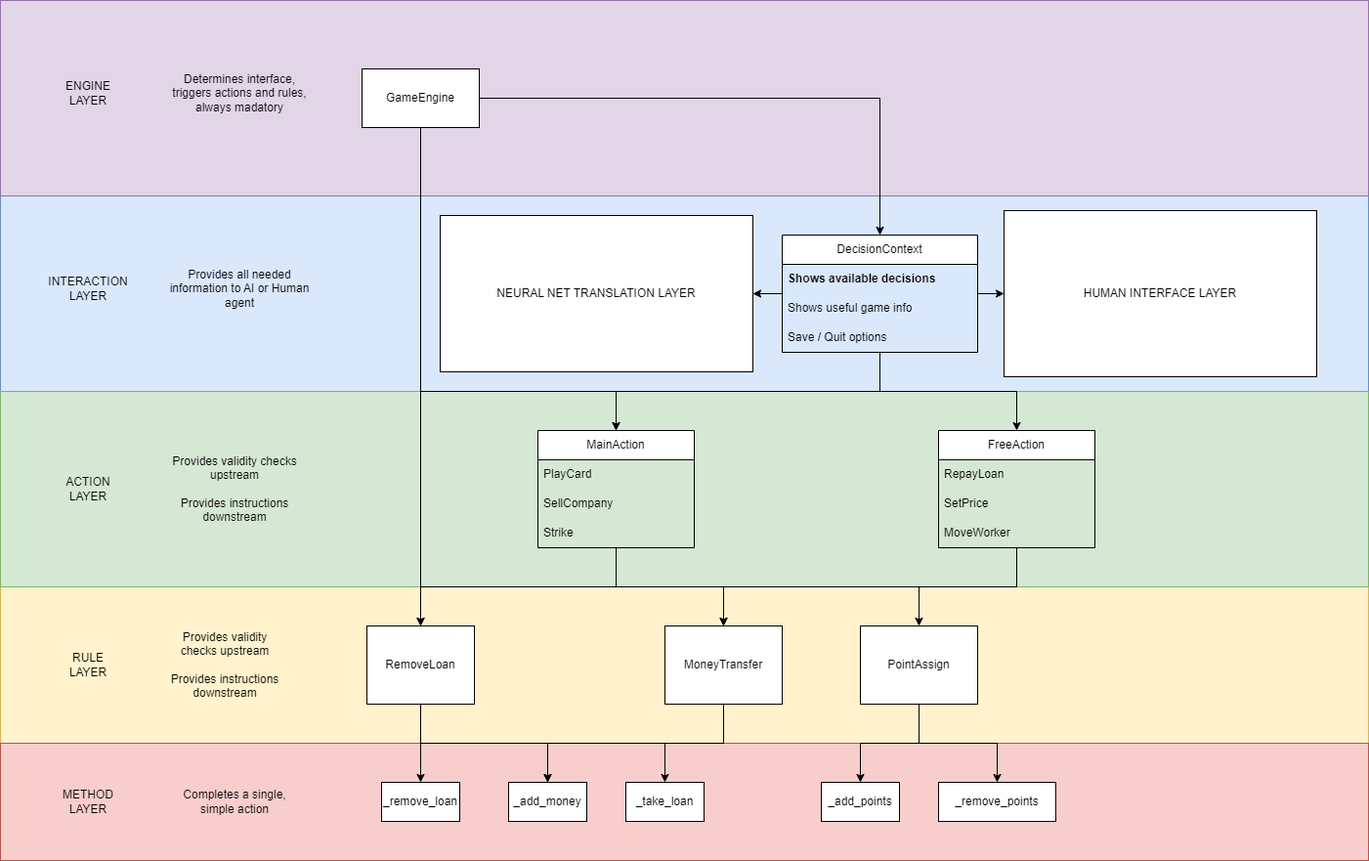
This is images/Hegemony Architecture-Action Flow.png from Ash-ash-in/Hegemony, a draw.io export, as it was before one commit. Source tidied: cells renumbered, new cells last; positions are measured from the earlier drawing's top-left corner, leaving out a move shared by most shapes.
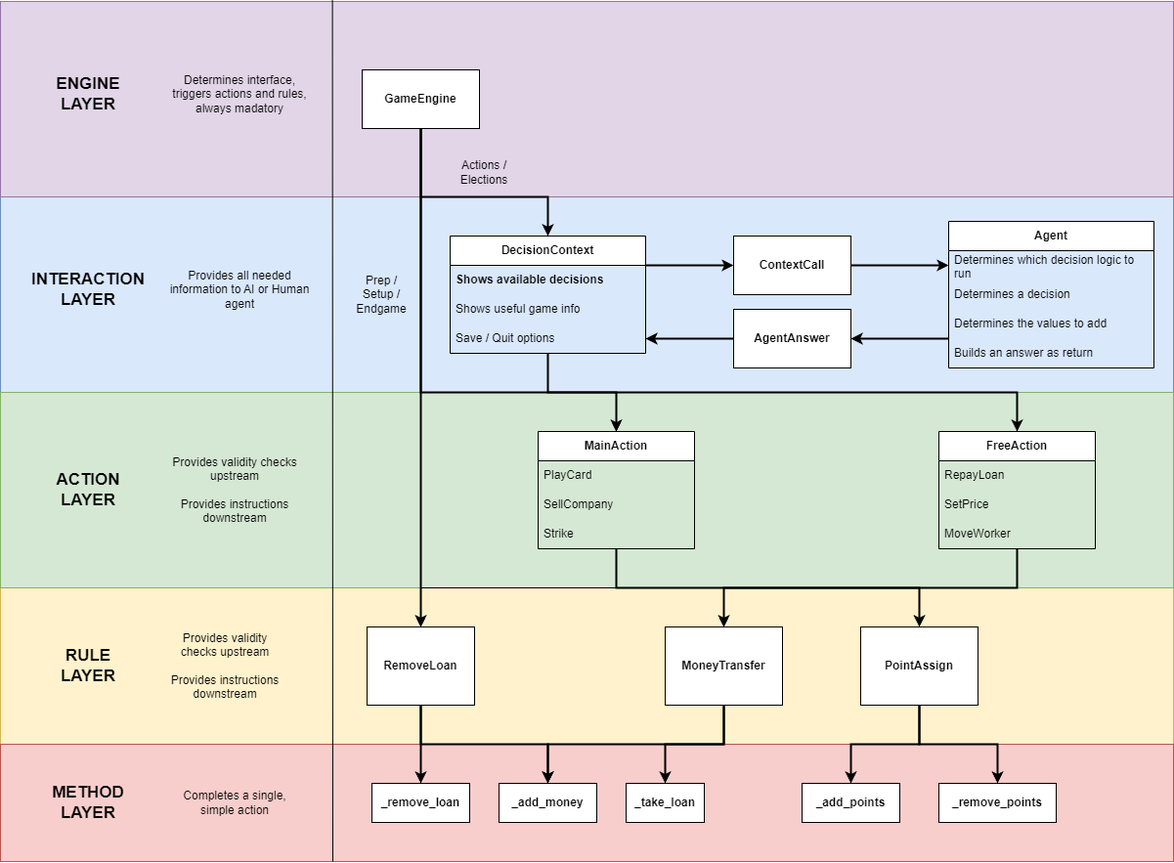
After the commit.

Commit message:
started agent call process

Diff of the diagram source:
```diff
@@ -5,12 +5,12 @@
     <mxCell id="2" style="rounded=0;whiteSpace=wrap;html=1;fillColor=#fff2cc;strokeColor=#d6b656;" parent="1" vertex="1">
-      <mxGeometry y="600" width="1400" height="160" as="geometry" />
+      <mxGeometry y="600" width="1200" height="160" as="geometry" />
     </mxCell>
     <mxCell id="3" style="rounded=0;whiteSpace=wrap;html=1;fillColor=#f8cecc;strokeColor=#b85450;" parent="1" vertex="1">
-      <mxGeometry y="760" width="1400" height="120" as="geometry" />
+      <mxGeometry y="760" width="1200" height="120" as="geometry" />
     </mxCell>
     <mxCell id="4" style="rounded=0;whiteSpace=wrap;html=1;fillColor=#dae8fc;strokeColor=#6c8ebf;" parent="1" vertex="1">
-      <mxGeometry y="200" width="1400" height="200" as="geometry" />
+      <mxGeometry y="200" width="1200" height="200" as="geometry" />
     </mxCell>
     <mxCell id="5" style="rounded=0;whiteSpace=wrap;html=1;fillColor=#d5e8d4;strokeColor=#82b366;" parent="1" vertex="1">
-      <mxGeometry y="400" width="1400" height="200" as="geometry" />
+      <mxGeometry y="400" width="1200" height="200" as="geometry" />
     </mxCell>
@@ -19,13 +19,20 @@
     </mxCell>
-    <mxCell id="7" style="edgeStyle=orthogonalEdgeStyle;rounded=0;jettySize=auto;html=1;entryX=0.5;entryY=0;entryDx=0;entryDy=0;" parent="1" edge="1" source="10" target="22">
-      <mxGeometry relative="1" as="geometry" />
+    <mxCell id="7" style="edgeStyle=orthogonalEdgeStyle;rounded=0;jettySize=auto;html=1;entryX=0.5;entryY=0;entryDx=0;entryDy=0;strokeWidth=2;" parent="1" edge="1" source="10" target="22">
+      <mxGeometry relative="1" as="geometry">
+        <Array as="points">
+          <mxPoint x="560" y="400" />
+          <mxPoint x="1040" y="400" />
+        </Array>
+      </mxGeometry>
     </mxCell>
-    <mxCell id="8" style="edgeStyle=orthogonalEdgeStyle;rounded=0;jettySize=auto;html=1;entryX=1;entryY=0.5;entryDx=0;entryDy=0;" parent="1" edge="1" source="10" target="55">
-      <mxGeometry relative="1" as="geometry" />
-    </mxCell>
-    <mxCell id="9" style="edgeStyle=orthogonalEdgeStyle;rounded=0;jettySize=auto;html=1;entryX=0;entryY=0.5;entryDx=0;entryDy=0;" parent="1" edge="1" source="10" target="56">
-      <mxGeometry relative="1" as="geometry" />
-    </mxCell>
+    <mxCell id="57" style="edgeStyle=orthogonalEdgeStyle;rounded=0;jettySize=auto;html=1;entryX=0;entryY=0.5;entryDx=0;entryDy=0;exitX=1;exitY=0.25;exitDx=0;exitDy=0;strokeWidth=2;" parent="1" edge="1" source="10" target="58">
+      <mxGeometry relative="1" as="geometry">
+        <Array as="points">
+          <mxPoint x="730" y="270" />
+          <mxPoint x="730" y="270" />
+        </Array>
+      </mxGeometry>
+    </mxCell>
-    <mxCell id="10" value="DecisionContext" style="swimlane;fontStyle=0;horizontal=1;startSize=30;whiteSpace=wrap;html=1;" parent="1" vertex="1">
-      <mxGeometry x="800" y="240" width="200" height="120" as="geometry" />
+    <mxCell id="10" value="DecisionContext" style="swimlane;fontStyle=1;horizontal=1;startSize=30;whiteSpace=wrap;html=1;" parent="1" vertex="1">
+      <mxGeometry x="460" y="240" width="200" height="120" as="geometry" />
     </mxCell>
@@ -43,6 +50,6 @@
     </mxCell>
-    <mxCell id="15" style="edgeStyle=orthogonalEdgeStyle;rounded=0;jettySize=auto;html=1;entryX=0.5;entryY=0;entryDx=0;entryDy=0;exitX=0.5;exitY=1;exitDx=0;exitDy=0;exitPerimeter=0;" parent="1" edge="1" source="19" target="31">
+    <mxCell id="15" style="edgeStyle=orthogonalEdgeStyle;rounded=0;jettySize=auto;html=1;entryX=0.5;entryY=0;entryDx=0;entryDy=0;exitX=0.5;exitY=1;exitDx=0;exitDy=0;exitPerimeter=0;strokeWidth=2;" parent="1" edge="1" source="19" target="31">
       <mxGeometry relative="1" as="geometry" />
     </mxCell>
-    <mxCell id="16" value="MainAction" style="swimlane;fontStyle=0;horizontal=1;startSize=30;whiteSpace=wrap;html=1;" parent="1" vertex="1">
+    <mxCell id="16" value="MainAction" style="swimlane;fontStyle=1;horizontal=1;startSize=30;whiteSpace=wrap;html=1;" parent="1" vertex="1">
       <mxGeometry x="550" y="440" width="160" height="120" as="geometry" />
@@ -58,3 +65,3 @@
     </mxCell>
-    <mxCell id="20" style="edgeStyle=orthogonalEdgeStyle;rounded=0;jettySize=auto;html=1;entryX=0.5;entryY=0;entryDx=0;entryDy=0;" parent="1" edge="1" source="22" target="28">
+    <mxCell id="20" style="edgeStyle=orthogonalEdgeStyle;rounded=0;jettySize=auto;html=1;entryX=0.5;entryY=0;entryDx=0;entryDy=0;strokeWidth=2;" parent="1" edge="1" source="22" target="28">
       <mxGeometry relative="1" as="geometry">
@@ -74,3 +81,3 @@
     </mxCell>
-    <mxCell id="22" value="FreeAction" style="swimlane;fontStyle=0;horizontal=1;startSize=30;whiteSpace=wrap;html=1;" parent="1" vertex="1">
+    <mxCell id="22" value="FreeAction" style="swimlane;fontStyle=1;horizontal=1;startSize=30;whiteSpace=wrap;html=1;" parent="1" vertex="1">
       <mxGeometry x="960" y="440" width="160" height="120" as="geometry" />
@@ -86,37 +93,37 @@
     </mxCell>
-    <mxCell id="26" style="edgeStyle=orthogonalEdgeStyle;rounded=0;jettySize=auto;html=1;entryX=0.5;entryY=0;entryDx=0;entryDy=0;exitX=0.5;exitY=1;exitDx=0;exitDy=0;" parent="1" edge="1" source="28" target="32">
+    <mxCell id="26" style="edgeStyle=orthogonalEdgeStyle;rounded=0;jettySize=auto;html=1;entryX=0.5;entryY=0;entryDx=0;entryDy=0;exitX=0.5;exitY=1;exitDx=0;exitDy=0;strokeWidth=2;" parent="1" edge="1" source="28" target="32">
       <mxGeometry relative="1" as="geometry" />
     </mxCell>
-    <mxCell id="27" style="edgeStyle=orthogonalEdgeStyle;rounded=0;jettySize=auto;html=1;entryX=0.5;entryY=0;entryDx=0;entryDy=0;" parent="1" edge="1" source="28" target="47">
+    <mxCell id="27" style="edgeStyle=orthogonalEdgeStyle;rounded=0;jettySize=auto;html=1;entryX=0.5;entryY=0;entryDx=0;entryDy=0;strokeWidth=2;" parent="1" edge="1" source="28" target="47">
       <mxGeometry relative="1" as="geometry" />
     </mxCell>
-    <mxCell id="28" value="MoneyTransfer" style="rounded=0;whiteSpace=wrap;html=1;" parent="1" vertex="1">
+    <mxCell id="28" value="MoneyTransfer" style="rounded=0;whiteSpace=wrap;html=1;fontStyle=1;" parent="1" vertex="1">
       <mxGeometry x="680" y="640" width="120" height="80" as="geometry" />
     </mxCell>
-    <mxCell id="29" style="edgeStyle=orthogonalEdgeStyle;rounded=0;jettySize=auto;html=1;entryX=0.5;entryY=0;entryDx=0;entryDy=0;" parent="1" edge="1" source="31" target="33">
+    <mxCell id="29" style="edgeStyle=orthogonalEdgeStyle;rounded=0;jettySize=auto;html=1;entryX=0.5;entryY=0;entryDx=0;entryDy=0;strokeWidth=2;" parent="1" edge="1" source="31" target="33">
       <mxGeometry relative="1" as="geometry" />
     </mxCell>
-    <mxCell id="30" style="edgeStyle=orthogonalEdgeStyle;rounded=0;jettySize=auto;html=1;entryX=0.5;entryY=0;entryDx=0;entryDy=0;" parent="1" edge="1" source="31" target="35">
+    <mxCell id="30" style="edgeStyle=orthogonalEdgeStyle;rounded=0;jettySize=auto;html=1;entryX=0.5;entryY=0;entryDx=0;entryDy=0;strokeWidth=2;" parent="1" edge="1" source="31" target="35">
       <mxGeometry relative="1" as="geometry" />
     </mxCell>
-    <mxCell id="31" value="PointAssign" style="rounded=0;whiteSpace=wrap;html=1;" parent="1" vertex="1">
+    <mxCell id="31" value="PointAssign" style="rounded=0;whiteSpace=wrap;html=1;fontStyle=1;" parent="1" vertex="1">
       <mxGeometry x="880" y="640" width="120" height="80" as="geometry" />
     </mxCell>
-    <mxCell id="32" value="_add_money" style="rounded=0;whiteSpace=wrap;html=1;" parent="1" vertex="1">
-      <mxGeometry x="520" y="800" width="80" height="40" as="geometry" />
+    <mxCell id="32" value="_add_money" style="rounded=0;whiteSpace=wrap;html=1;fontStyle=1;" parent="1" vertex="1">
+      <mxGeometry x="510" y="800" width="100" height="40" as="geometry" />
     </mxCell>
-    <mxCell id="33" value="_add_points" style="rounded=0;whiteSpace=wrap;html=1;" parent="1" vertex="1">
-      <mxGeometry x="840" y="800" width="80" height="40" as="geometry" />
+    <mxCell id="33" value="_add_points" style="rounded=0;whiteSpace=wrap;html=1;fontStyle=1;" parent="1" vertex="1">
+      <mxGeometry x="820" y="800" width="100" height="40" as="geometry" />
     </mxCell>
-    <mxCell id="34" value="_remove_loan" style="rounded=0;whiteSpace=wrap;html=1;" parent="1" vertex="1">
-      <mxGeometry x="390" y="800" width="80" height="40" as="geometry" />
+    <mxCell id="34" value="_remove_loan" style="rounded=0;whiteSpace=wrap;html=1;fontStyle=1;" parent="1" vertex="1">
+      <mxGeometry x="380" y="800" width="100" height="40" as="geometry" />
     </mxCell>
-    <mxCell id="35" value="_remove_points" style="rounded=0;whiteSpace=wrap;html=1;" parent="1" vertex="1">
+    <mxCell id="35" value="_remove_points" style="rounded=0;whiteSpace=wrap;html=1;fontStyle=1;" parent="1" vertex="1">
       <mxGeometry x="960" y="800" width="120" height="40" as="geometry" />
     </mxCell>
-    <mxCell id="36" style="edgeStyle=orthogonalEdgeStyle;rounded=0;jettySize=auto;html=1;" parent="1" edge="1" source="38" target="34">
+    <mxCell id="36" style="edgeStyle=orthogonalEdgeStyle;rounded=0;jettySize=auto;html=1;strokeWidth=2;entryX=0.5;entryY=0;entryDx=0;entryDy=0;" parent="1" edge="1" source="38" target="34">
       <mxGeometry relative="1" as="geometry">
         <Array as="points">
-          <mxPoint x="585" y="760" />
-          <mxPoint x="480" y="760" />
+          <mxPoint x="430" y="760" />
+          <mxPoint x="430" y="760" />
         </Array>
@@ -124,3 +131,3 @@
     </mxCell>
-    <mxCell id="37" style="edgeStyle=orthogonalEdgeStyle;rounded=0;jettySize=auto;html=1;entryX=0.5;entryY=0;entryDx=0;entryDy=0;exitX=0.5;exitY=1;exitDx=0;exitDy=0;" parent="1" edge="1" source="38" target="32">
+    <mxCell id="37" style="edgeStyle=orthogonalEdgeStyle;rounded=0;jettySize=auto;html=1;entryX=0.5;entryY=0;entryDx=0;entryDy=0;exitX=0.5;exitY=1;exitDx=0;exitDy=0;strokeWidth=2;" parent="1" edge="1" source="38" target="32">
       <mxGeometry relative="1" as="geometry">
@@ -132,9 +139,9 @@
     </mxCell>
-    <mxCell id="38" value="RemoveLoan" style="rounded=0;whiteSpace=wrap;html=1;" parent="1" vertex="1">
+    <mxCell id="38" value="RemoveLoan" style="rounded=0;whiteSpace=wrap;html=1;fontStyle=1;" parent="1" vertex="1">
       <mxGeometry x="375" y="640" width="110" height="80" as="geometry" />
     </mxCell>
-    <mxCell id="39" value="INTERACTION LAYER" style="text;html=1;align=center;verticalAlign=middle;whiteSpace=wrap;rounded=0;" parent="1" vertex="1">
+    <mxCell id="39" value="INTERACTION LAYER" style="text;html=1;align=center;verticalAlign=middle;whiteSpace=wrap;rounded=0;fontStyle=1;fontSize=17;" parent="1" vertex="1">
       <mxGeometry x="60" y="280" width="60" height="30" as="geometry" />
     </mxCell>
-    <mxCell id="40" value="ACTION LAYER" style="text;html=1;align=center;verticalAlign=middle;whiteSpace=wrap;rounded=0;" parent="1" vertex="1">
+    <mxCell id="40" value="ACTION LAYER" style="text;html=1;align=center;verticalAlign=middle;whiteSpace=wrap;rounded=0;fontStyle=1;fontSize=17;" parent="1" vertex="1">
       <mxGeometry x="60" y="485" width="60" height="30" as="geometry" />
@@ -142,3 +149,3 @@
     <mxCell id="41" value="Provides all needed information to AI or Human agent" style="text;html=1;align=center;verticalAlign=middle;whiteSpace=wrap;rounded=0;" parent="1" vertex="1">
-      <mxGeometry x="170" y="280" width="150" height="30" as="geometry" />
+      <mxGeometry x="170" y="260" width="150" height="70" as="geometry" />
     </mxCell>
@@ -147,3 +154,3 @@
     </mxCell>
-    <mxCell id="43" value="RULE LAYER" style="text;html=1;align=center;verticalAlign=middle;whiteSpace=wrap;rounded=0;" parent="1" vertex="1">
+    <mxCell id="43" value="RULE LAYER" style="text;html=1;align=center;verticalAlign=middle;whiteSpace=wrap;rounded=0;fontStyle=1;fontSize=17;" parent="1" vertex="1">
       <mxGeometry x="60" y="665" width="60" height="30" as="geometry" />
@@ -153,3 +160,3 @@
     </mxCell>
-    <mxCell id="45" value="METHOD&lt;br&gt;LAYER" style="text;html=1;align=center;verticalAlign=middle;whiteSpace=wrap;rounded=0;" parent="1" vertex="1">
+    <mxCell id="45" value="METHOD&lt;br style=&quot;font-size: 17px;&quot;&gt;LAYER" style="text;html=1;align=center;verticalAlign=middle;whiteSpace=wrap;rounded=0;fontStyle=1;fontSize=17;" parent="1" vertex="1">
       <mxGeometry x="60" y="805" width="60" height="30" as="geometry" />
@@ -159,3 +166,3 @@
     </mxCell>
-    <mxCell id="47" value="_take_loan" style="rounded=0;whiteSpace=wrap;html=1;" parent="1" vertex="1">
+    <mxCell id="47" value="_take_loan" style="rounded=0;whiteSpace=wrap;html=1;fontStyle=1;" parent="1" vertex="1">
       <mxGeometry x="640" y="800" width="80" height="40" as="geometry" />
@@ -163,5 +170,5 @@
     <mxCell id="48" style="rounded=0;whiteSpace=wrap;html=1;fillColor=#e1d5e7;strokeColor=#9673a6;" parent="1" vertex="1">
-      <mxGeometry width="1400" height="200" as="geometry" />
+      <mxGeometry width="1200" height="200" as="geometry" />
     </mxCell>
-    <mxCell id="49" value="ENGINE LAYER" style="text;html=1;align=center;verticalAlign=middle;whiteSpace=wrap;rounded=0;fillColor=#e1d5e7;strokeColor=none;" parent="1" vertex="1">
+    <mxCell id="49" value="ENGINE LAYER" style="text;html=1;align=center;verticalAlign=middle;whiteSpace=wrap;rounded=0;fillColor=#e1d5e7;strokeColor=none;fontStyle=1;fontSize=17;" parent="1" vertex="1">
       <mxGeometry x="60" y="80" width="60" height="30" as="geometry" />
@@ -171,9 +178,14 @@
     </mxCell>
-    <mxCell id="51" style="edgeStyle=orthogonalEdgeStyle;rounded=0;jettySize=auto;html=1;entryX=0.5;entryY=0;entryDx=0;entryDy=0;" parent="1" edge="1" source="54" target="10">
-      <mxGeometry relative="1" as="geometry" />
+    <mxCell id="51" style="edgeStyle=orthogonalEdgeStyle;rounded=0;jettySize=auto;html=1;entryX=0.5;entryY=0;entryDx=0;entryDy=0;strokeWidth=2;" parent="1" edge="1" source="54" target="10">
+      <mxGeometry relative="1" as="geometry">
+        <Array as="points">
+          <mxPoint x="430" y="200" />
+          <mxPoint x="560" y="200" />
+        </Array>
+      </mxGeometry>
     </mxCell>
-    <mxCell id="52" style="edgeStyle=orthogonalEdgeStyle;rounded=0;jettySize=auto;html=1;entryX=0.5;entryY=0;entryDx=0;entryDy=0;" parent="1" edge="1" source="54" target="38">
+    <mxCell id="52" style="edgeStyle=orthogonalEdgeStyle;rounded=0;jettySize=auto;html=1;entryX=0.5;entryY=0;entryDx=0;entryDy=0;strokeWidth=2;" parent="1" edge="1" source="54" target="38">
       <mxGeometry relative="1" as="geometry" />
     </mxCell>
-    <mxCell id="53" style="edgeStyle=orthogonalEdgeStyle;rounded=0;jettySize=auto;html=1;entryX=0.5;entryY=0;entryDx=0;entryDy=0;" parent="1" edge="1" source="54" target="16">
+    <mxCell id="53" style="edgeStyle=orthogonalEdgeStyle;rounded=0;jettySize=auto;html=1;entryX=0.5;entryY=0;entryDx=0;entryDy=0;strokeWidth=2;" parent="1" edge="1" source="54" target="16">
       <mxGeometry relative="1" as="geometry">
@@ -185,11 +197,51 @@
     </mxCell>
-    <mxCell id="54" value="GameEngine" style="rounded=0;whiteSpace=wrap;html=1;" parent="1" vertex="1">
+    <mxCell id="54" value="GameEngine" style="rounded=0;whiteSpace=wrap;html=1;fontStyle=1;" parent="1" vertex="1">
       <mxGeometry x="370" y="70" width="120" height="60" as="geometry" />
     </mxCell>
-    <mxCell id="55" value="NEURAL NET TRANSLATION LAYER" style="rounded=0;whiteSpace=wrap;html=1;" parent="1" vertex="1">
-      <mxGeometry x="450" y="220" width="320" height="160" as="geometry" />
-    </mxCell>
-    <mxCell id="56" value="HUMAN INTERFACE LAYER" style="rounded=0;whiteSpace=wrap;html=1;" parent="1" vertex="1">
-      <mxGeometry x="1027" y="215" width="320" height="170" as="geometry" />
-    </mxCell>
+    <mxCell id="58" value="ContextCall" style="rounded=0;whiteSpace=wrap;html=1;fontStyle=1;" parent="1" vertex="1">
+      <mxGeometry x="750" y="240" width="120" height="60" as="geometry" />
+    </mxCell>
+    <mxCell id="59" style="edgeStyle=orthogonalEdgeStyle;rounded=0;jettySize=auto;html=1;entryX=1;entryY=0.5;entryDx=0;entryDy=0;strokeWidth=2;" parent="1" edge="1" source="60" target="13">
+      <mxGeometry relative="1" as="geometry" />
+    </mxCell>
+    <mxCell id="60" value="AgentAnswer" style="rounded=0;whiteSpace=wrap;html=1;fontStyle=1;" parent="1" vertex="1">
+      <mxGeometry x="750" y="315" width="120" height="60" as="geometry" />
+    </mxCell>
+    <mxCell id="61" style="edgeStyle=orthogonalEdgeStyle;rounded=0;jettySize=auto;html=1;entryX=1;entryY=0.5;entryDx=0;entryDy=0;strokeWidth=2;" parent="1" edge="1" source="62" target="60">
+      <mxGeometry relative="1" as="geometry">
+        <Array as="points">
+          <mxPoint x="940" y="345" />
+          <mxPoint x="940" y="345" />
+        </Array>
+      </mxGeometry>
+    </mxCell>
+    <mxCell id="62" value="Agent" style="swimlane;fontStyle=1;horizontal=1;startSize=30;whiteSpace=wrap;html=1;" parent="1" vertex="1">
+      <mxGeometry x="970" y="225" width="210" height="150" as="geometry" />
+    </mxCell>
+    <mxCell id="63" value="Determines which decision logic to run" style="text;strokeColor=none;fillColor=none;align=left;verticalAlign=middle;spacingLeft=4;spacingRight=4;overflow=hidden;points=[[0,0.5],[1,0.5]];portConstraint=eastwest;whiteSpace=wrap;html=1;" parent="62" vertex="1">
+      <mxGeometry y="30" width="210" height="30" as="geometry" />
+    </mxCell>
+    <mxCell id="64" value="Determines a decision" style="text;strokeColor=none;fillColor=none;align=left;verticalAlign=middle;spacingLeft=4;spacingRight=4;overflow=hidden;whiteSpace=wrap;html=1;" parent="62" vertex="1">
+      <mxGeometry y="60" width="210" height="30" as="geometry" />
+    </mxCell>
+    <mxCell id="65" value="Determines the values to add" style="text;strokeColor=none;fillColor=none;align=left;verticalAlign=middle;spacingLeft=4;spacingRight=4;overflow=hidden;whiteSpace=wrap;html=1;" parent="62" vertex="1">
+      <mxGeometry y="90" width="210" height="30" as="geometry" />
+    </mxCell>
+    <mxCell id="66" value="Builds an answer as return" style="text;strokeColor=none;fillColor=none;align=left;verticalAlign=middle;spacingLeft=4;spacingRight=4;overflow=hidden;whiteSpace=wrap;html=1;" parent="62" vertex="1">
+      <mxGeometry y="120" width="210" height="30" as="geometry" />
+    </mxCell>
+    <mxCell id="67" style="edgeStyle=orthogonalEdgeStyle;rounded=0;jettySize=auto;html=1;entryX=0;entryY=0.5;entryDx=0;entryDy=0;exitX=1;exitY=0.5;exitDx=0;exitDy=0;strokeWidth=2;" parent="1" edge="1" source="58" target="63">
+      <mxGeometry relative="1" as="geometry" />
+    </mxCell>
+    <mxCell id="68" value="Prep / Setup /&lt;br&gt;Endgame" style="text;html=1;align=center;verticalAlign=middle;whiteSpace=wrap;rounded=0;" parent="1" vertex="1">
+      <mxGeometry x="360" y="285" width="60" height="30" as="geometry" />
+    </mxCell>
+    <mxCell id="69" value="Actions / Elections" style="text;html=1;align=center;verticalAlign=middle;whiteSpace=wrap;rounded=0;" parent="1" vertex="1">
+      <mxGeometry x="460" y="160" width="70" height="30" as="geometry" />
+    </mxCell>
+    <mxCell id="70" style="endArrow=none;html=1;rounded=0;entryX=0.283;entryY=-0.005;entryDx=0;entryDy=0;entryPerimeter=0;" parent="1" edge="1" target="48">
+      <mxGeometry relative="1" as="geometry">
+        <mxPoint x="340" y="880" as="sourcePoint" />
+      </mxGeometry>
+    </mxCell>
   </root>
```
